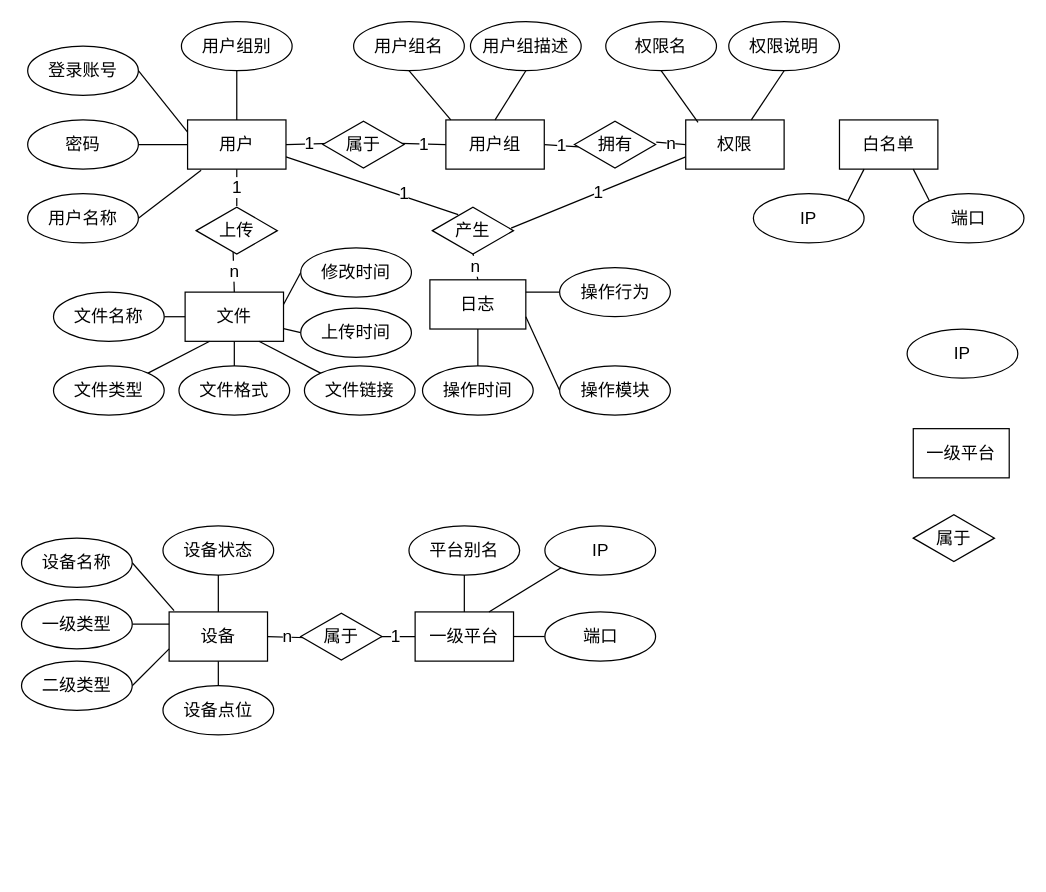
Above: ER图.drawio in waterwatermelon/graph (draw.io), before the change. Source tidied: cells renumbered, new cells numbered last; positions are measured from the earlier drawing's top-left corner, leaving out a move shared by most shapes. Both pictures are drawn from the tidied source at 123%, with x=0, y=0 at pixel (21, 21).
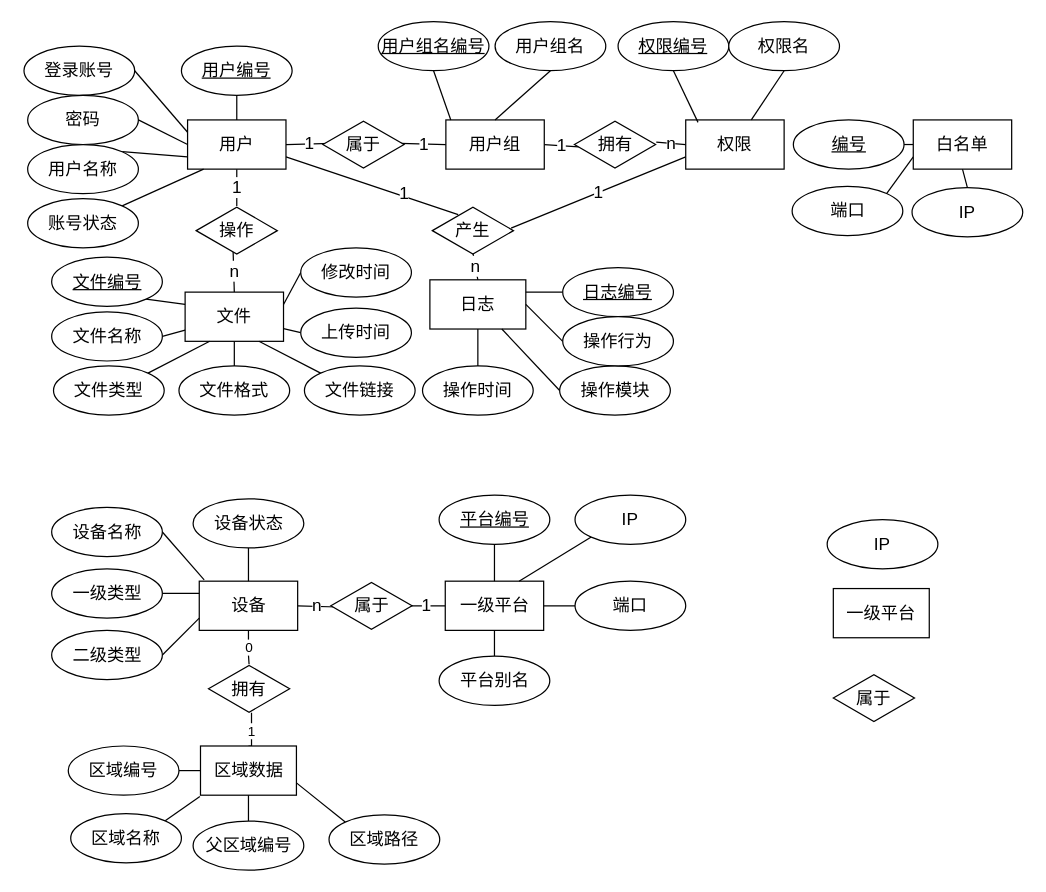
After the change.

The change refers to these unchanged cells:
```xml
<mxCell id="6" value="用户" style="rounded=0;whiteSpace=wrap;html=1;fontSize=14;" parent="1" vertex="1">
  <mxGeometry x="135" y="80" width="80" height="40" as="geometry" />
</mxCell>
<mxCell id="59" value="文件" style="rounded=0;whiteSpace=wrap;html=1;fontSize=14;" parent="1" vertex="1">
  <mxGeometry x="133" y="220" width="80" height="40" as="geometry" />
</mxCell>
<mxCell id="73" value="日志" style="rounded=0;whiteSpace=wrap;html=1;fontSize=14;" parent="1" vertex="1">
  <mxGeometry x="332" y="210" width="78" height="40" as="geometry" />
</mxCell>
<mxCell id="77" value="操作模块" style="ellipse;whiteSpace=wrap;html=1;fontSize=14;" parent="1" vertex="1">
  <mxGeometry x="437.5" y="280" width="90" height="40" as="geometry" />
</mxCell>
```

Change to the diagram source:
```diff
@@
     <mxCell id="8" value="登录账号" style="ellipse;whiteSpace=wrap;html=1;fontSize=14;" parent="1" vertex="1">
-      <mxGeometry x="5" y="20" width="90" height="40" as="geometry" />
+      <mxGeometry x="2" y="20" width="90" height="40" as="geometry" />
     </mxCell>
@@
     <mxCell id="10" value="密码" style="ellipse;whiteSpace=wrap;html=1;fontSize=14;" parent="1" vertex="1">
-      <mxGeometry x="5" y="80" width="90" height="40" as="geometry" />
+      <mxGeometry x="5" y="60" width="90" height="40" as="geometry" />
     </mxCell>
-    <mxCell id="11" style="edgeStyle=none;rounded=0;jettySize=auto;html=1;exitX=1;exitY=0.5;exitDx=0;exitDy=0;entryX=0.138;entryY=1.025;entryDx=0;entryDy=0;entryPerimeter=0;endArrow=none;endFill=0;fontSize=14;" parent="1" edge="1" source="12" target="6">
+    <mxCell id="11" style="edgeStyle=none;rounded=0;jettySize=auto;html=1;exitX=1;exitY=0;exitDx=0;exitDy=0;entryX=0;entryY=0.75;entryDx=0;entryDy=0;endArrow=none;endFill=0;" parent="1" edge="1" source="12" target="6">
       <mxGeometry relative="1" as="geometry" />
     </mxCell>
     <mxCell id="12" value="用户名称" style="ellipse;whiteSpace=wrap;html=1;fontSize=14;" parent="1" vertex="1">
-      <mxGeometry x="5" y="140" width="90" height="40" as="geometry" />
+      <mxGeometry x="5" y="100" width="90" height="40" as="geometry" />
     </mxCell>
@@
-    <mxCell id="16" style="edgeStyle=none;rounded=0;jettySize=auto;html=1;exitX=0.5;exitY=1;exitDx=0;exitDy=0;endArrow=none;endFill=0;fontSize=14;" parent="1" edge="1" source="17" target="6">
-      <mxGeometry relative="1" as="geometry" />
-    </mxCell>
-    <mxCell id="17" value="用户组别" style="ellipse;whiteSpace=wrap;html=1;fontSize=14;" parent="1" vertex="1">
-      <mxGeometry x="130" width="90" height="40" as="geometry" />
-    </mxCell>
@@
-    <mxCell id="20" value="用户组名" style="ellipse;whiteSpace=wrap;html=1;fontSize=14;" parent="1" vertex="1">
-      <mxGeometry x="270" width="90" height="40" as="geometry" />
+    <mxCell id="20" value="&lt;u&gt;用户组名编号&lt;/u&gt;" style="ellipse;whiteSpace=wrap;html=1;fontSize=14;" parent="1" vertex="1">
+      <mxGeometry x="290" width="90" height="40" as="geometry" />
     </mxCell>
@@
-    <mxCell id="22" value="用户组描述" style="ellipse;whiteSpace=wrap;html=1;fontSize=14;" parent="1" vertex="1">
-      <mxGeometry x="365" width="90" height="40" as="geometry" />
+    <mxCell id="22" value="用户组名" style="ellipse;whiteSpace=wrap;html=1;fontSize=14;" parent="1" vertex="1">
+      <mxGeometry x="385" width="90" height="40" as="geometry" />
     </mxCell>
@@
-    <mxCell id="27" value="权限名" style="ellipse;whiteSpace=wrap;html=1;fontSize=14;" parent="1" vertex="1">
-      <mxGeometry x="475" width="90" height="40" as="geometry" />
+    <mxCell id="27" value="&lt;u&gt;权限编号&lt;/u&gt;" style="ellipse;whiteSpace=wrap;html=1;fontSize=14;" parent="1" vertex="1">
+      <mxGeometry x="485" width="90" height="40" as="geometry" />
     </mxCell>
@@
-    <mxCell id="29" value="权限说明" style="ellipse;whiteSpace=wrap;html=1;fontSize=14;" parent="1" vertex="1">
+    <mxCell id="29" value="权限名" style="ellipse;whiteSpace=wrap;html=1;fontSize=14;" parent="1" vertex="1">
       <mxGeometry x="575" width="90" height="40" as="geometry" />
     </mxCell>
@@
+    <mxCell id="84" value="0" style="edgeStyle=orthogonalEdgeStyle;rounded=0;jettySize=auto;html=1;exitX=0.5;exitY=1;exitDx=0;exitDy=0;endArrow=none;endFill=0;" parent="1" edge="1" source="32" target="90">
+      <mxGeometry relative="1" as="geometry" />
+    </mxCell>
     <mxCell id="32" value="设备" style="rounded=0;whiteSpace=wrap;html=1;fontSize=14;" parent="1" vertex="1">
-      <mxGeometry x="120" y="480" width="80" height="40" as="geometry" />
+      <mxGeometry x="144.5" y="455" width="80" height="40" as="geometry" />
     </mxCell>
@@
     <mxCell id="34" value="一级平台" style="rounded=0;whiteSpace=wrap;html=1;fontSize=14;" parent="1" vertex="1">
-      <mxGeometry x="320" y="480" width="80" height="40" as="geometry" />
+      <mxGeometry x="344.5" y="455" width="80" height="40" as="geometry" />
     </mxCell>
@@
     <mxCell id="36" value="设备名称" style="ellipse;whiteSpace=wrap;html=1;fontSize=14;" parent="1" vertex="1">
-      <mxGeometry y="420" width="90" height="40" as="geometry" />
+      <mxGeometry x="24.5" y="395" width="90" height="40" as="geometry" />
     </mxCell>
@@
     <mxCell id="38" value="一级类型" style="ellipse;whiteSpace=wrap;html=1;fontSize=14;" parent="1" vertex="1">
-      <mxGeometry y="470" width="90" height="40" as="geometry" />
+      <mxGeometry x="24.5" y="445" width="90" height="40" as="geometry" />
     </mxCell>
@@
     <mxCell id="40" value="二级类型" style="ellipse;whiteSpace=wrap;html=1;fontSize=14;" parent="1" vertex="1">
-      <mxGeometry y="520" width="90" height="40" as="geometry" />
+      <mxGeometry x="24.5" y="495" width="90" height="40" as="geometry" />
     </mxCell>
-    <mxCell id="41" style="edgeStyle=none;rounded=0;jettySize=auto;html=1;exitX=0.5;exitY=0;exitDx=0;exitDy=0;entryX=0.5;entryY=1;entryDx=0;entryDy=0;endArrow=none;endFill=0;fontSize=14;" parent="1" edge="1" source="42" target="32">
-      <mxGeometry relative="1" as="geometry" />
-    </mxCell>
-    <mxCell id="42" value="设备点位" style="ellipse;whiteSpace=wrap;html=1;fontSize=14;" parent="1" vertex="1">
-      <mxGeometry x="115" y="540" width="90" height="40" as="geometry" />
-    </mxCell>
     <mxCell id="43" value="属于" style="html=1;whiteSpace=wrap;shape=isoRectangle;fontSize=14;" parent="1" vertex="1">
-      <mxGeometry x="227" y="480" width="66" height="40" as="geometry" />
+      <mxGeometry x="251.5" y="455" width="66" height="40" as="geometry" />
     </mxCell>
     <mxCell id="44" value="一级平台" style="rounded=0;whiteSpace=wrap;html=1;fontSize=14;" parent="1" vertex="1">
-      <mxGeometry x="725" y="331" width="78" height="40" as="geometry" />
+      <mxGeometry x="660" y="461" width="78" height="40" as="geometry" />
     </mxCell>
@@
-    <mxCell id="46" value="平台别名" style="ellipse;whiteSpace=wrap;html=1;fontSize=14;" parent="1" vertex="1">
-      <mxGeometry x="315" y="410" width="90" height="40" as="geometry" />
+    <mxCell id="46" value="&lt;u&gt;平台编号&lt;/u&gt;" style="ellipse;whiteSpace=wrap;html=1;fontSize=14;" parent="1" vertex="1">
+      <mxGeometry x="339.5" y="385" width="90" height="40" as="geometry" />
     </mxCell>
@@
     <mxCell id="48" value="设备状态" style="ellipse;whiteSpace=wrap;html=1;fontSize=14;" parent="1" vertex="1">
-      <mxGeometry x="115" y="410" width="90" height="40" as="geometry" />
+      <mxGeometry x="139.5" y="388" width="90" height="40" as="geometry" />
     </mxCell>
@@
     <mxCell id="50" value="IP" style="ellipse;whiteSpace=wrap;html=1;fontSize=14;" parent="1" vertex="1">
-      <mxGeometry x="425.5" y="410" width="90" height="40" as="geometry" />
+      <mxGeometry x="450" y="385" width="90" height="40" as="geometry" />
     </mxCell>
@@
     <mxCell id="52" value="端口" style="ellipse;whiteSpace=wrap;html=1;fontSize=14;" parent="1" vertex="1">
-      <mxGeometry x="425.5" y="480" width="90" height="40" as="geometry" />
+      <mxGeometry x="450" y="455" width="90" height="40" as="geometry" />
     </mxCell>
+    <mxCell id="85" style="edgeStyle=none;rounded=0;jettySize=auto;html=1;exitX=0;exitY=0.5;exitDx=0;exitDy=0;entryX=1;entryY=0.5;entryDx=0;entryDy=0;endArrow=none;endFill=0;" parent="1" edge="1" source="53" target="107">
+      <mxGeometry relative="1" as="geometry" />
+    </mxCell>
+    <mxCell id="86" style="edgeStyle=none;rounded=0;jettySize=auto;html=1;exitX=0;exitY=0.75;exitDx=0;exitDy=0;entryX=1;entryY=0;entryDx=0;entryDy=0;endArrow=none;endFill=0;" parent="1" edge="1" source="53" target="57">
+      <mxGeometry relative="1" as="geometry" />
+    </mxCell>
+    <mxCell id="87" style="edgeStyle=none;rounded=0;jettySize=auto;html=1;exitX=0.5;exitY=1;exitDx=0;exitDy=0;entryX=0.5;entryY=0;entryDx=0;entryDy=0;endArrow=none;endFill=0;" parent="1" edge="1" source="53" target="55">
+      <mxGeometry relative="1" as="geometry" />
+    </mxCell>
     <mxCell id="53" value="白名单" style="rounded=0;whiteSpace=wrap;html=1;fontSize=14;" parent="1" vertex="1">
-      <mxGeometry x="665" y="80" width="80" height="40" as="geometry" />
+      <mxGeometry x="725" y="80" width="80" height="40" as="geometry" />
     </mxCell>
-    <mxCell id="54" style="edgeStyle=none;rounded=0;jettySize=auto;html=1;exitX=1;exitY=0;exitDx=0;exitDy=0;entryX=0.25;entryY=1;entryDx=0;entryDy=0;endArrow=none;endFill=0;fontSize=14;" parent="1" edge="1" source="55" target="53">
-      <mxGeometry relative="1" as="geometry" />
-    </mxCell>
     <mxCell id="55" value="IP" style="ellipse;whiteSpace=wrap;html=1;fontSize=14;" parent="1" vertex="1">
-      <mxGeometry x="595" y="140" width="90" height="40" as="geometry" />
+      <mxGeometry x="724" y="135" width="90" height="40" as="geometry" />
     </mxCell>
-    <mxCell id="56" style="edgeStyle=none;rounded=0;jettySize=auto;html=1;exitX=0;exitY=0;exitDx=0;exitDy=0;entryX=0.75;entryY=1;entryDx=0;entryDy=0;endArrow=none;endFill=0;fontSize=14;" parent="1" edge="1" source="57" target="53">
-      <mxGeometry relative="1" as="geometry" />
-    </mxCell>
     <mxCell id="57" value="端口" style="ellipse;whiteSpace=wrap;html=1;fontSize=14;" parent="1" vertex="1">
-      <mxGeometry x="725" y="140" width="90" height="40" as="geometry" />
+      <mxGeometry x="626.5" y="134" width="90" height="40" as="geometry" />
     </mxCell>
@@
     <mxCell id="60" value="IP" style="ellipse;whiteSpace=wrap;html=1;fontSize=14;" parent="1" vertex="1">
-      <mxGeometry x="720" y="250" width="90" height="40" as="geometry" />
+      <mxGeometry x="655" y="405" width="90" height="40" as="geometry" />
     </mxCell>
@@
     <mxCell id="62" value="文件名称" style="ellipse;whiteSpace=wrap;html=1;fontSize=14;" parent="1" vertex="1">
-      <mxGeometry x="26" y="220" width="90" height="40" as="geometry" />
+      <mxGeometry x="24.5" y="236" width="90" height="40" as="geometry" />
     </mxCell>
@@
     <mxCell id="69" value="属于" style="html=1;whiteSpace=wrap;shape=isoRectangle;fontSize=14;" parent="1" vertex="1">
-      <mxGeometry x="725" y="400" width="66" height="40" as="geometry" />
+      <mxGeometry x="660" y="530" width="66" height="40" as="geometry" />
     </mxCell>
-    <mxCell id="70" value="上传" style="html=1;whiteSpace=wrap;shape=isoRectangle;fontSize=14;" parent="1" vertex="1">
+    <mxCell id="70" value="操作" style="html=1;whiteSpace=wrap;shape=isoRectangle;fontSize=14;" parent="1" vertex="1">
       <mxGeometry x="142" y="150" width="66" height="40" as="geometry" />
     </mxCell>
@@
-    <mxCell id="76" style="edgeStyle=none;rounded=0;jettySize=auto;html=1;exitX=0;exitY=0.5;exitDx=0;exitDy=0;entryX=1;entryY=0.75;entryDx=0;entryDy=0;endArrow=none;endFill=0;fontSize=14;" parent="1" edge="1" source="77" target="73">
+    <mxCell id="76" style="edgeStyle=none;rounded=0;jettySize=auto;html=1;exitX=0;exitY=0.5;exitDx=0;exitDy=0;entryX=0.75;entryY=1;entryDx=0;entryDy=0;endArrow=none;endFill=0;" parent="1" edge="1" source="77" target="73">
       <mxGeometry relative="1" as="geometry" />
     </mxCell>
@@
-    <mxCell id="79" value="操作行为" style="ellipse;whiteSpace=wrap;html=1;fontSize=14;" parent="1" vertex="1">
-      <mxGeometry x="437.5" y="200" width="90" height="40" as="geometry" />
+    <mxCell id="79" value="&lt;u&gt;日志编号&lt;/u&gt;" style="ellipse;whiteSpace=wrap;html=1;fontSize=14;" parent="1" vertex="1">
+      <mxGeometry x="440" y="200" width="90" height="40" as="geometry" />
     </mxCell>
@@
+    <mxCell id="88" value="1" style="edgeStyle=orthogonalEdgeStyle;rounded=0;jettySize=auto;html=1;exitX=0.5;exitY=0;exitDx=0;exitDy=0;entryX=0.53;entryY=0.988;entryDx=0;entryDy=0;entryPerimeter=0;endArrow=none;endFill=0;" parent="1" edge="1" source="89" target="90">
+      <mxGeometry relative="1" as="geometry" />
+    </mxCell>
+    <mxCell id="89" value="区域数据" style="rounded=0;whiteSpace=wrap;html=1;fontSize=14;" parent="1" vertex="1">
+      <mxGeometry x="145.5" y="589" width="78" height="40" as="geometry" />
+    </mxCell>
+    <mxCell id="90" value="拥有" style="html=1;whiteSpace=wrap;shape=isoRectangle;fontSize=14;" parent="1" vertex="1">
+      <mxGeometry x="152" y="522.5" width="66" height="40" as="geometry" />
+    </mxCell>
+    <mxCell id="91" style="rounded=0;jettySize=auto;html=1;exitX=1;exitY=0.5;exitDx=0;exitDy=0;endArrow=none;endFill=0;" parent="1" edge="1" source="92" target="89">
+      <mxGeometry relative="1" as="geometry" />
+    </mxCell>
+    <mxCell id="92" value="区域编号" style="ellipse;whiteSpace=wrap;html=1;fontSize=14;" parent="1" vertex="1">
+      <mxGeometry x="38" y="589" width="90" height="40" as="geometry" />
+    </mxCell>
+    <mxCell id="93" style="edgeStyle=none;rounded=0;jettySize=auto;html=1;exitX=1;exitY=0;exitDx=0;exitDy=0;endArrow=none;endFill=0;" parent="1" edge="1" source="94">
+      <mxGeometry relative="1" as="geometry">
+        <mxPoint x="145" y="630" as="targetPoint" />
+      </mxGeometry>
+    </mxCell>
+    <mxCell id="94" value="区域名称" style="ellipse;whiteSpace=wrap;html=1;fontSize=14;" parent="1" vertex="1">
+      <mxGeometry x="40" y="644" width="90" height="40" as="geometry" />
+    </mxCell>
+    <mxCell id="95" style="edgeStyle=none;rounded=0;jettySize=auto;html=1;exitX=0.5;exitY=0;exitDx=0;exitDy=0;entryX=0.5;entryY=1;entryDx=0;entryDy=0;endArrow=none;endFill=0;" parent="1" edge="1" source="96" target="89">
+      <mxGeometry relative="1" as="geometry" />
+    </mxCell>
+    <mxCell id="96" value="父区域编号" style="ellipse;whiteSpace=wrap;html=1;fontSize=14;" parent="1" vertex="1">
+      <mxGeometry x="139.5" y="650" width="90" height="40" as="geometry" />
+    </mxCell>
+    <mxCell id="97" style="edgeStyle=none;rounded=0;jettySize=auto;html=1;exitX=0;exitY=0;exitDx=0;exitDy=0;entryX=1;entryY=0.75;entryDx=0;entryDy=0;endArrow=none;endFill=0;" parent="1" edge="1" source="98" target="89">
+      <mxGeometry relative="1" as="geometry" />
+    </mxCell>
+    <mxCell id="98" value="区域路径" style="ellipse;whiteSpace=wrap;html=1;fontSize=14;" parent="1" vertex="1">
+      <mxGeometry x="250" y="645" width="90" height="40" as="geometry" />
+    </mxCell>
+    <mxCell id="99" style="edgeStyle=none;rounded=0;jettySize=auto;html=1;exitX=1;exitY=0;exitDx=0;exitDy=0;entryX=0.163;entryY=1;entryDx=0;entryDy=0;entryPerimeter=0;endArrow=none;endFill=0;" parent="1" edge="1" source="100" target="6">
+      <mxGeometry relative="1" as="geometry" />
+    </mxCell>
+    <mxCell id="100" value="账号状态" style="ellipse;whiteSpace=wrap;html=1;fontSize=14;" parent="1" vertex="1">
+      <mxGeometry x="5" y="144" width="90" height="40" as="geometry" />
+    </mxCell>
+    <mxCell id="101" style="edgeStyle=none;rounded=0;jettySize=auto;html=1;exitX=0.5;exitY=1;exitDx=0;exitDy=0;entryX=0.5;entryY=0;entryDx=0;entryDy=0;endArrow=none;endFill=0;" parent="1" edge="1" source="102" target="6">
+      <mxGeometry relative="1" as="geometry" />
+    </mxCell>
+    <mxCell id="102" value="&lt;u&gt;用户编号&lt;/u&gt;" style="ellipse;whiteSpace=wrap;html=1;fontSize=14;" parent="1" vertex="1">
+      <mxGeometry x="130" y="20" width="90" height="40" as="geometry" />
+    </mxCell>
+    <mxCell id="103" style="edgeStyle=none;rounded=0;jettySize=auto;html=1;exitX=1;exitY=1;exitDx=0;exitDy=0;entryX=0;entryY=0.25;entryDx=0;entryDy=0;endArrow=none;endFill=0;" parent="1" edge="1" source="104" target="59">
+      <mxGeometry relative="1" as="geometry" />
+    </mxCell>
+    <mxCell id="104" value="&lt;u&gt;文件编号&lt;/u&gt;" style="ellipse;whiteSpace=wrap;html=1;fontSize=14;" parent="1" vertex="1">
+      <mxGeometry x="24.5" y="191.5" width="90" height="40" as="geometry" />
+    </mxCell>
+    <mxCell id="105" style="edgeStyle=none;rounded=0;jettySize=auto;html=1;exitX=0;exitY=0.5;exitDx=0;exitDy=0;entryX=1;entryY=0.5;entryDx=0;entryDy=0;endArrow=none;endFill=0;" parent="1" edge="1" source="106" target="73">
+      <mxGeometry relative="1" as="geometry" />
+    </mxCell>
+    <mxCell id="106" value="操作行为" style="ellipse;whiteSpace=wrap;html=1;fontSize=14;" parent="1" vertex="1">
+      <mxGeometry x="440" y="240" width="90" height="40" as="geometry" />
+    </mxCell>
+    <mxCell id="107" value="&lt;u&gt;编号&lt;/u&gt;" style="ellipse;whiteSpace=wrap;html=1;fontSize=14;" parent="1" vertex="1">
+      <mxGeometry x="627.5" y="80" width="90" height="40" as="geometry" />
+    </mxCell>
+    <mxCell id="108" style="edgeStyle=none;rounded=0;jettySize=auto;html=1;exitX=0.5;exitY=0;exitDx=0;exitDy=0;entryX=0.5;entryY=1;entryDx=0;entryDy=0;endArrow=none;endFill=0;" parent="1" edge="1" source="109" target="34">
+      <mxGeometry relative="1" as="geometry" />
+    </mxCell>
+    <mxCell id="109" value="平台别名" style="ellipse;whiteSpace=wrap;html=1;fontSize=14;" parent="1" vertex="1">
+      <mxGeometry x="339.5" y="516" width="90" height="40" as="geometry" />
+    </mxCell>
```
